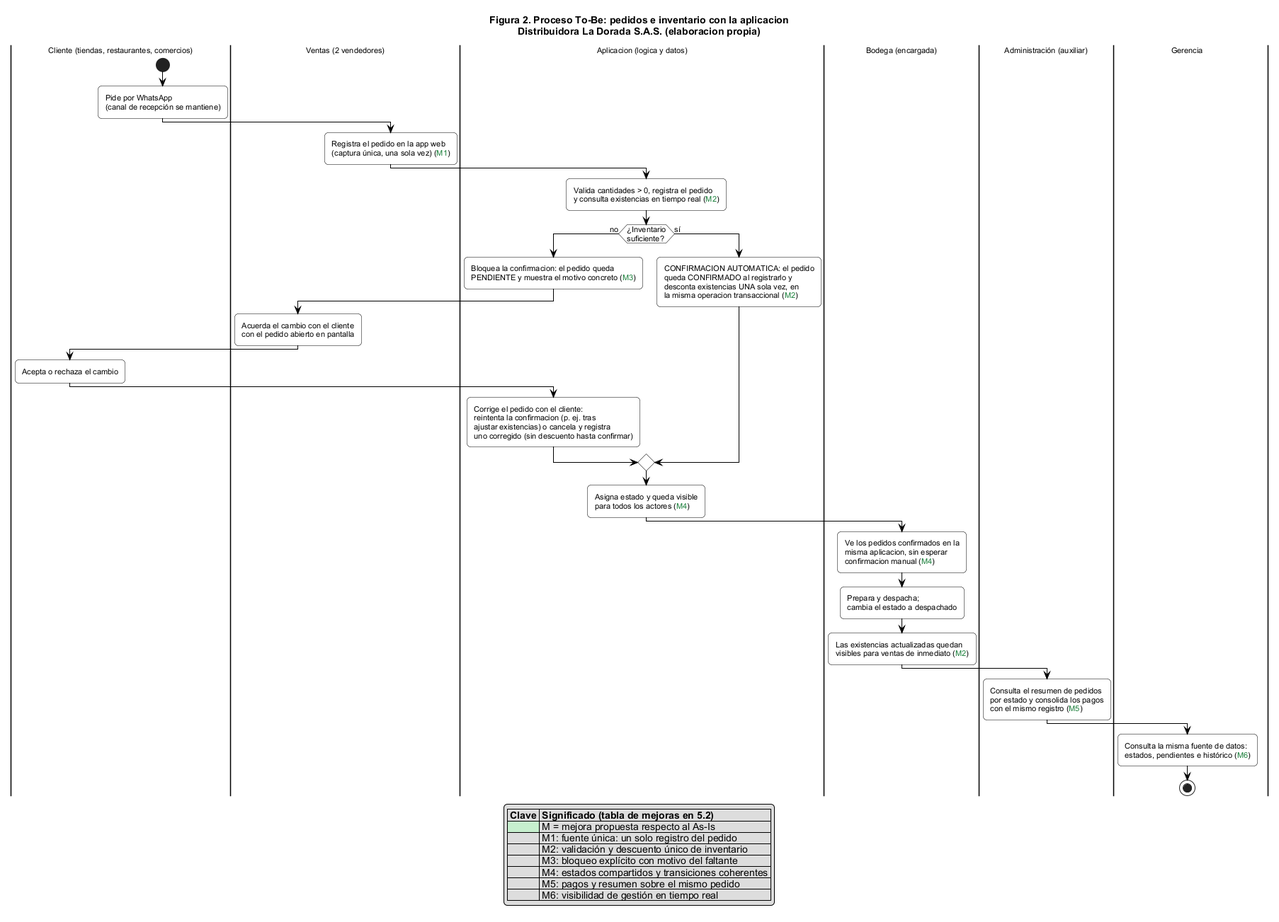
This is docs/diagramas/to-be-la-dorada.png from Mr-Felipe/distri_la_dorada, a PlantUML export, as it was before one commit.
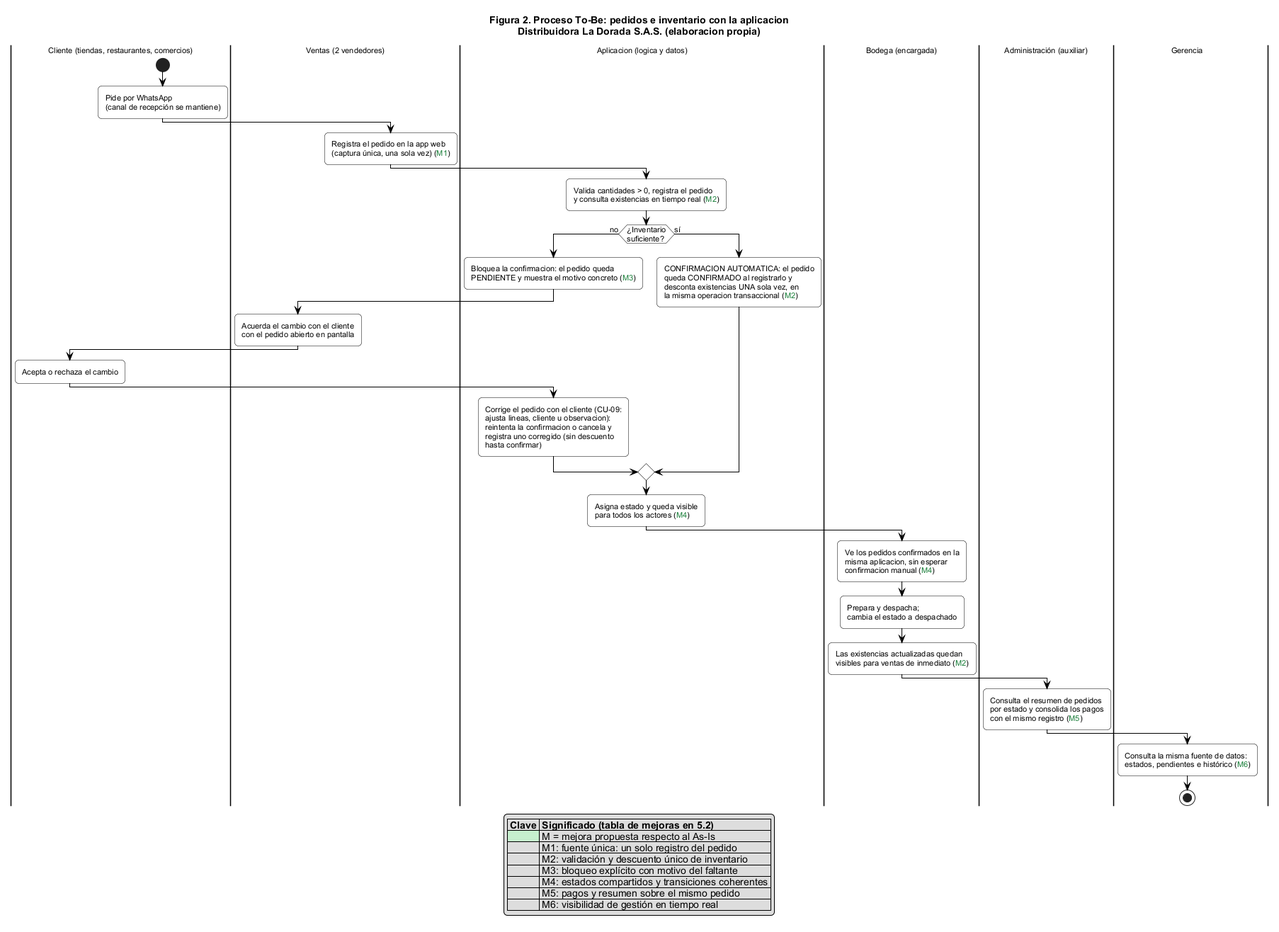
Above is the later version.

Change to the diagram source:
```diff
@@ -27,7 +27,7 @@
   |Cliente (tiendas, restaurantes, comercios)|
   :Acepta o rechaza el cambio;
   |Aplicacion (logica y datos)|
-  :Corrige el pedido con el cliente:\nreintenta la confirmacion (p. ej. tras\najustar existencias) o cancela y registra\nuno corregido (sin descuento hasta confirmar);
+  :Corrige el pedido con el cliente (CU-09:\najusta lineas, cliente u observacion):\nreintenta la confirmacion o cancela y\nregistra uno corregido (sin descuento\nhasta confirmar);
 else (sí)
   :CONFIRMACION AUTOMATICA: el pedido\nqueda CONFIRMADO al registrarlo y\ndesconta existencias UNA sola vez, en\nla misma operacion transaccional (<color:#1B7F3B>M2</color>);
 endif
```
